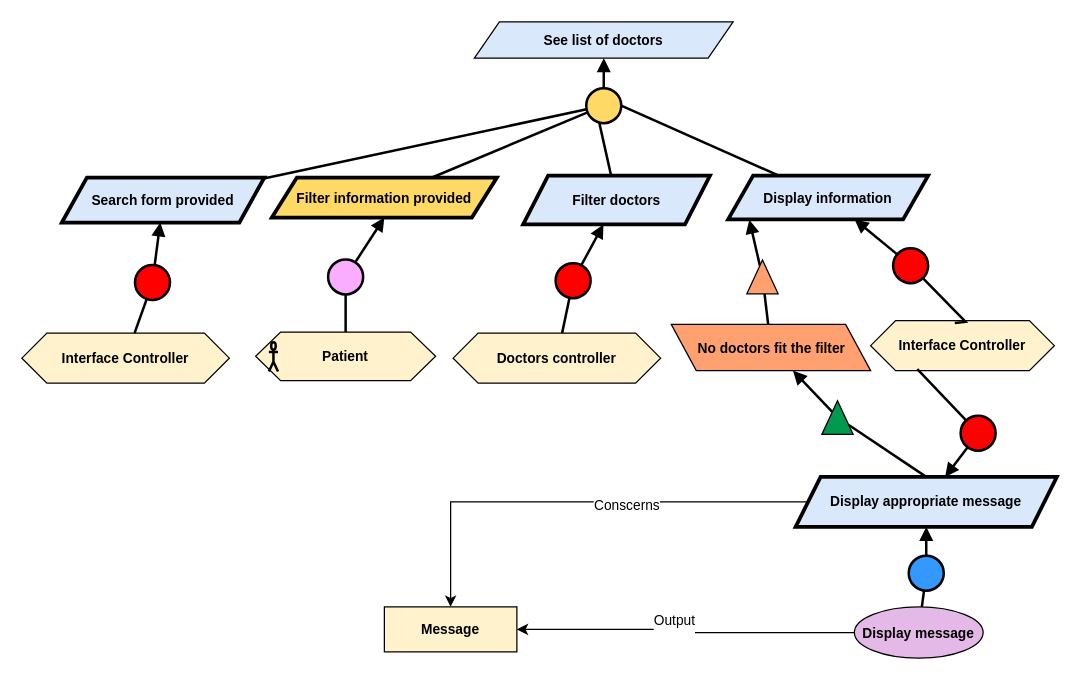
Before: Kaos/KAOS 9.drawio in RafaelCMira/myclinic-msp-project, a draw.io diagram. Source tidied: cells renumbered, new cells numbered last; positions are measured from the earlier drawing's top-left corner, leaving out a move shared by most shapes. Both pictures are drawn from the tidied source at 125%, with x=0, y=0 at pixel (21, 21).
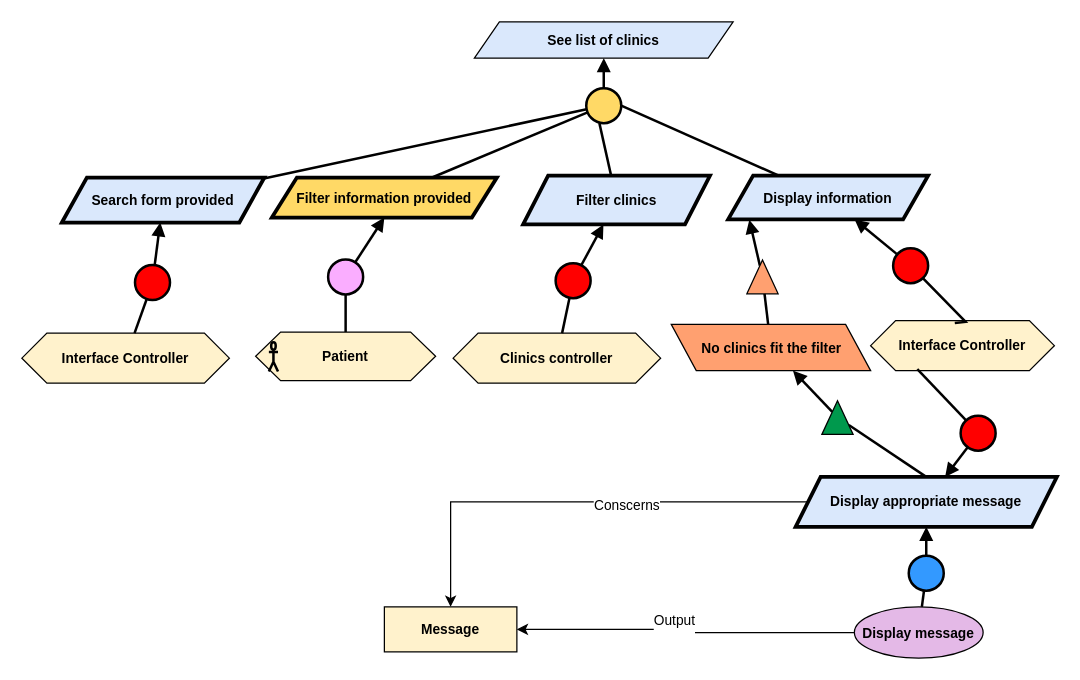
The same page after the edit.

What changed in the source:
```diff
@@
-    <mxCell id="2" value="&lt;b&gt;See list of doctors&lt;/b&gt;" style="shape=parallelogram;perimeter=parallelogramPerimeter;whiteSpace=wrap;html=1;fixedSize=1;fillColor=#dae8fc;strokeColor=#000000;fontFamily=Helvetica;fontSize=11;fontColor=default;labelBackgroundColor=none;" parent="1" vertex="1">
+    <mxCell id="2" value="&lt;b&gt;See list of clinics&lt;/b&gt;" style="shape=parallelogram;perimeter=parallelogramPerimeter;whiteSpace=wrap;html=1;fixedSize=1;fillColor=#dae8fc;strokeColor=#000000;fontFamily=Helvetica;fontSize=11;fontColor=default;labelBackgroundColor=none;" parent="1" vertex="1">
       <mxGeometry x="362" width="207" height="29" as="geometry" />
     </mxCell>
@@
-    <mxCell id="15" value="No doctors fit the filter" style="shape=parallelogram;perimeter=parallelogramPerimeter;whiteSpace=wrap;html=1;fixedSize=1;fillColor=#FFA070;fontStyle=1;fontFamily=Helvetica;fontSize=11;fontColor=default;labelBackgroundColor=none;flipH=1;flipV=0;" parent="1" vertex="1">
+    <mxCell id="15" value="No clinics fit the filter" style="shape=parallelogram;perimeter=parallelogramPerimeter;whiteSpace=wrap;html=1;fixedSize=1;fillColor=#FFA070;fontStyle=1;fontFamily=Helvetica;fontSize=11;fontColor=default;labelBackgroundColor=none;flipH=1;flipV=0;" parent="1" vertex="1">
       <mxGeometry x="519.5" y="242" width="159.5" height="37" as="geometry" />
     </mxCell>
@@
-    <mxCell id="39" value="&lt;b&gt;Filter doctors&lt;/b&gt;" style="shape=parallelogram;perimeter=parallelogramPerimeter;whiteSpace=wrap;html=1;fixedSize=1;fillColor=#dae8fc;strokeColor=#000000;strokeWidth=3;fontFamily=Helvetica;fontSize=11;fontColor=default;labelBackgroundColor=none;" parent="1" vertex="1">
+    <mxCell id="39" value="&lt;b&gt;Filter clinics&lt;/b&gt;" style="shape=parallelogram;perimeter=parallelogramPerimeter;whiteSpace=wrap;html=1;fixedSize=1;fillColor=#dae8fc;strokeColor=#000000;strokeWidth=3;fontFamily=Helvetica;fontSize=11;fontColor=default;labelBackgroundColor=none;" parent="1" vertex="1">
       <mxGeometry x="401" y="123" width="149.5" height="39" as="geometry" />
     </mxCell>
@@
-    <mxCell id="41" value="&lt;b&gt;Doctors controller&lt;/b&gt;" style="shape=hexagon;perimeter=hexagonPerimeter2;whiteSpace=wrap;html=1;fixedSize=1;fillColor=#FFF2CC;fontFamily=Helvetica;fontSize=11;fontColor=default;labelBackgroundColor=none;" parent="1" vertex="1">
+    <mxCell id="41" value="&lt;b&gt;Clinics controller&lt;/b&gt;" style="shape=hexagon;perimeter=hexagonPerimeter2;whiteSpace=wrap;html=1;fixedSize=1;fillColor=#FFF2CC;fontFamily=Helvetica;fontSize=11;fontColor=default;labelBackgroundColor=none;" parent="1" vertex="1">
       <mxGeometry x="345" y="249" width="166" height="40" as="geometry" />
     </mxCell>
```
